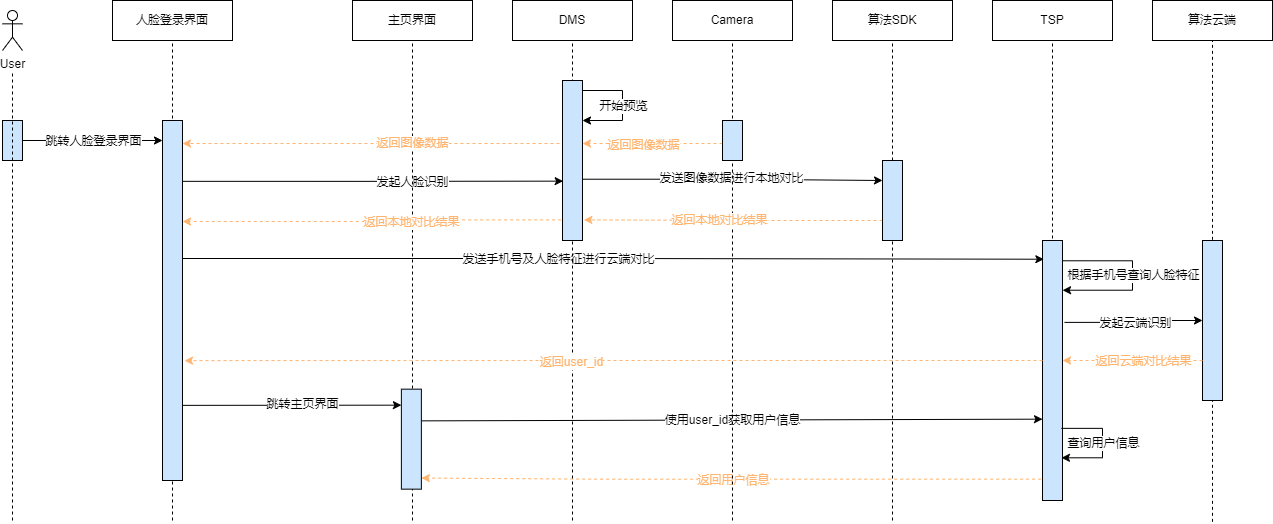
This is x9hp/人脸录入时序图.png from notigit/Image, a draw.io export, as it was before one commit. Source tidied: cells renumbered, new cells last; positions are measured from the earlier drawing's top-left corner, leaving out a move shared by most shapes. The source it was exported from:
```xml
<mxGraphModel>
  <root>
    <mxCell id="0" />
    <mxCell id="1" parent="0" />
    <mxCell id="2" value="人脸登录界面" style="rounded=0;whiteSpace=wrap;html=1;" parent="1" vertex="1">
      <mxGeometry x="110" width="120" height="40" as="geometry" />
    </mxCell>
    <mxCell id="3" value="TSP" style="rounded=0;whiteSpace=wrap;html=1;" parent="1" vertex="1">
      <mxGeometry x="990" width="120" height="40" as="geometry" />
    </mxCell>
    <mxCell id="4" value="User" style="shape=umlActor;verticalLabelPosition=bottom;verticalAlign=top;html=1;" parent="1" vertex="1">
      <mxGeometry y="10" width="20" height="40" as="geometry" />
    </mxCell>
    <mxCell id="5" style="rounded=0;whiteSpace=wrap;html=1;fillColor=#CCE5FF;" parent="1" vertex="1">
      <mxGeometry y="120" width="20" height="40" as="geometry" />
    </mxCell>
    <mxCell id="6" style="endArrow=none;dashed=1;html=1;rounded=0;" parent="1" edge="1">
      <mxGeometry relative="1" as="geometry">
        <mxPoint x="10" y="520" as="sourcePoint" />
        <mxPoint x="10" y="70" as="targetPoint" />
      </mxGeometry>
    </mxCell>
    <mxCell id="7" style="endArrow=none;dashed=1;html=1;rounded=0;startArrow=none;entryX=0.5;entryY=1;entryDx=0;entryDy=0;" parent="1" edge="1" target="2">
      <mxGeometry relative="1" as="geometry">
        <mxPoint x="170" y="520" as="sourcePoint" />
      </mxGeometry>
    </mxCell>
    <mxCell id="8" style="edgeStyle=orthogonalEdgeStyle;rounded=0;jettySize=auto;html=1;entryX=0.033;entryY=0.629;entryDx=0;entryDy=0;entryPerimeter=0;fontColor=#FFB570;strokeColor=#000000;exitX=1.033;exitY=0.169;exitDx=0;exitDy=0;exitPerimeter=0;" parent="1" edge="1" source="12" target="37">
      <mxGeometry relative="1" as="geometry" />
    </mxCell>
    <mxCell id="9" value="发起人脸识别" style="edgeLabel;html=1;align=center;verticalAlign=middle;fontColor=#000000;" parent="8" vertex="1">
      <mxGeometry x="-0.09" relative="1" as="geometry">
        <mxPoint x="56" as="offset" />
      </mxGeometry>
    </mxCell>
    <mxCell id="10" style="edgeStyle=orthogonalEdgeStyle;rounded=0;jettySize=auto;html=1;entryX=0.067;entryY=0.072;entryDx=0;entryDy=0;fontColor=#000000;strokeColor=#000000;entryPerimeter=0;" parent="1" edge="1" target="16">
      <mxGeometry relative="1" as="geometry">
        <mxPoint x="180" y="258" as="sourcePoint" />
      </mxGeometry>
    </mxCell>
    <mxCell id="11" value="发送手机号及人脸特征进行云端对比" style="edgeLabel;html=1;align=center;verticalAlign=middle;fontColor=#000000;" parent="10" vertex="1">
      <mxGeometry x="-0.13" relative="1" as="geometry" />
    </mxCell>
    <mxCell id="12" style="rounded=0;whiteSpace=wrap;html=1;fillColor=#CCE5FF;" parent="1" vertex="1">
      <mxGeometry x="160" y="120" width="20" height="360" as="geometry" />
    </mxCell>
    <mxCell id="13" style="endArrow=none;dashed=1;html=1;rounded=0;startArrow=none;entryX=0.5;entryY=1;entryDx=0;entryDy=0;" parent="1" edge="1" target="3">
      <mxGeometry relative="1" as="geometry">
        <mxPoint x="1050" y="400" as="sourcePoint" />
      </mxGeometry>
    </mxCell>
    <mxCell id="14" style="edgeStyle=orthogonalEdgeStyle;rounded=0;jettySize=auto;html=1;exitX=1.1;exitY=0.315;exitDx=0;exitDy=0;entryX=0;entryY=0.5;entryDx=0;entryDy=0;fontColor=#000000;strokeColor=#000000;exitPerimeter=0;" parent="1" edge="1" source="16" target="55">
      <mxGeometry relative="1" as="geometry" />
    </mxCell>
    <mxCell id="15" value="发起云端识别" style="edgeLabel;html=1;align=center;verticalAlign=middle;fontColor=#000000;" parent="14" vertex="1">
      <mxGeometry x="-0.29" y="3" relative="1" as="geometry">
        <mxPoint x="20" y="3" as="offset" />
      </mxGeometry>
    </mxCell>
    <mxCell id="16" style="rounded=0;whiteSpace=wrap;html=1;fillColor=#CCE5FF;" parent="1" vertex="1">
      <mxGeometry x="1040" y="240" width="20" height="260" as="geometry" />
    </mxCell>
    <mxCell id="17" style="endArrow=classic;html=1;rounded=0;exitX=1;exitY=0.5;exitDx=0;exitDy=0;" parent="1" edge="1" source="5">
      <mxGeometry relative="1" as="geometry">
        <mxPoint x="160" y="140" as="targetPoint" />
      </mxGeometry>
    </mxCell>
    <mxCell id="18" style="edgeLabel;html=1;align=center;verticalAlign=middle;fillColor=#CCE5FF;fontSize=2;" parent="17" vertex="1">
      <mxGeometry relative="1" as="geometry">
        <mxPoint x="20" as="offset" />
      </mxGeometry>
    </mxCell>
    <mxCell id="19" value="跳转人脸登录界面" style="edgeLabel;html=1;align=center;verticalAlign=middle;fontSize=6;" parent="17" vertex="1">
      <mxGeometry x="-0.15" relative="1" as="geometry">
        <mxPoint x="10" as="offset" />
      </mxGeometry>
    </mxCell>
    <mxCell id="20" style="endArrow=classic;html=1;rounded=0;fontSize=11;fontColor=#FFB570;strokeColor=#000000;fillColor=#FFF2CC;exitX=1;exitY=0.25;exitDx=0;exitDy=0;entryX=0;entryY=0.125;entryDx=0;entryDy=0;entryPerimeter=0;" parent="1" edge="1">
      <mxGeometry relative="1" as="geometry">
        <mxPoint x="418.9" y="420.4" as="sourcePoint" />
        <mxPoint x="1040" y="418.7" as="targetPoint" />
      </mxGeometry>
    </mxCell>
    <mxCell id="21" value="使用user_id获取用户信息" style="edgeLabel;html=1;align=center;verticalAlign=middle;fontSize=11;fontColor=#000000;fillColor=#FFB570;" parent="20" vertex="1">
      <mxGeometry relative="1" as="geometry" />
    </mxCell>
    <mxCell id="22" style="endArrow=classic;html=1;rounded=0;fontSize=11;fontColor=#000000;strokeColor=#000000;fillColor=#FFF2CC;edgeStyle=orthogonalEdgeStyle;entryX=1.004;entryY=0.618;entryDx=0;entryDy=0;exitX=1;exitY=0.25;exitDx=0;exitDy=0;entryPerimeter=0;" parent="1" edge="1">
      <mxGeometry relative="1" as="geometry">
        <mxPoint x="1058.9" y="427.9" as="sourcePoint" />
        <mxPoint x="1059" y="457.3" as="targetPoint" />
        <Array as="points">
          <mxPoint x="1100" y="427.7" />
          <mxPoint x="1100" y="457.7" />
        </Array>
      </mxGeometry>
    </mxCell>
    <mxCell id="23" value="查询用户信息" style="edgeLabel;html=1;align=center;verticalAlign=middle;fontSize=11;fontColor=#000000;fillColor=#FFB570;" parent="22" vertex="1">
      <mxGeometry relative="1" as="geometry" />
    </mxCell>
    <mxCell id="24" style="edgeStyle=orthogonalEdgeStyle;rounded=0;orthogonalLoop=1;jettySize=auto;html=1;exitX=-0.067;exitY=0.875;exitDx=0;exitDy=0;fontSize=11;dashed=1;fillColor=#FFF2CC;strokeColor=#FFB570;exitPerimeter=0;" parent="1" edge="1">
      <mxGeometry relative="1" as="geometry">
        <mxPoint x="1038.7" y="478.7" as="sourcePoint" />
        <mxPoint x="418.9" y="477.5" as="targetPoint" />
        <Array as="points">
          <mxPoint x="599" y="477.7" />
        </Array>
      </mxGeometry>
    </mxCell>
    <mxCell id="25" value="返回用户信息" style="edgeLabel;html=1;align=center;verticalAlign=middle;fontSize=11;fillColor=#FFB570;fontColor=#FFB570;" parent="24" vertex="1">
      <mxGeometry x="-0.16" y="1" relative="1" as="geometry">
        <mxPoint x="-48" as="offset" />
      </mxGeometry>
    </mxCell>
    <mxCell id="26" value="主页界面" style="rounded=0;whiteSpace=wrap;html=1;" parent="1" vertex="1">
      <mxGeometry x="350" width="120" height="40" as="geometry" />
    </mxCell>
    <mxCell id="27" style="endArrow=none;dashed=1;html=1;rounded=0;startArrow=none;entryX=0.5;entryY=1;entryDx=0;entryDy=0;" parent="1" edge="1" target="26">
      <mxGeometry relative="1" as="geometry">
        <mxPoint x="410" y="520" as="sourcePoint" />
      </mxGeometry>
    </mxCell>
    <mxCell id="28" style="rounded=0;whiteSpace=wrap;html=1;fillColor=#CCE5FF;" parent="1" vertex="1">
      <mxGeometry x="398.9" y="388.7" width="20" height="100" as="geometry" />
    </mxCell>
    <mxCell id="29" style="endArrow=classic;html=1;rounded=0;fontSize=11;fontColor=#000000;strokeColor=#000000;fillColor=#FFF2CC;exitX=1.056;exitY=0.554;exitDx=0;exitDy=0;exitPerimeter=0;" parent="1" edge="1">
      <mxGeometry relative="1" as="geometry">
        <mxPoint x="180" y="404.9" as="sourcePoint" />
        <mxPoint x="398.9" y="404.7" as="targetPoint" />
      </mxGeometry>
    </mxCell>
    <mxCell id="30" value="跳转主页界面" style="edgeLabel;html=1;align=center;verticalAlign=middle;fontSize=11;fontColor=#000000;fillColor=#FFB570;" parent="29" vertex="1">
      <mxGeometry relative="1" as="geometry">
        <mxPoint x="9" y="-1" as="offset" />
      </mxGeometry>
    </mxCell>
    <mxCell id="31" value="DMS" style="rounded=0;whiteSpace=wrap;html=1;" parent="1" vertex="1">
      <mxGeometry x="510" width="120" height="40" as="geometry" />
    </mxCell>
    <mxCell id="32" style="endArrow=none;dashed=1;html=1;rounded=0;startArrow=none;entryX=0.5;entryY=1;entryDx=0;entryDy=0;" parent="1" edge="1" target="31">
      <mxGeometry relative="1" as="geometry">
        <mxPoint x="570" y="520" as="sourcePoint" />
      </mxGeometry>
    </mxCell>
    <mxCell id="33" style="edgeStyle=orthogonalEdgeStyle;rounded=0;jettySize=auto;html=1;exitX=0;exitY=0.75;exitDx=0;exitDy=0;dashed=1;fontColor=#FFB570;strokeColor=#FFB570;" parent="1" edge="1" source="37">
      <mxGeometry relative="1" as="geometry">
        <mxPoint x="180" y="143" as="targetPoint" />
        <Array as="points">
          <mxPoint x="180" y="143" />
        </Array>
      </mxGeometry>
    </mxCell>
    <mxCell id="34" value="返回图像数据" style="edgeLabel;html=1;align=center;verticalAlign=middle;fontColor=#FFB570;" parent="33" vertex="1">
      <mxGeometry x="-0.06" y="-1" relative="1" as="geometry">
        <mxPoint x="-2" as="offset" />
      </mxGeometry>
    </mxCell>
    <mxCell id="35" style="edgeStyle=orthogonalEdgeStyle;rounded=0;jettySize=auto;html=1;exitX=0.967;exitY=0.617;exitDx=0;exitDy=0;fontColor=#FFB570;strokeColor=#000000;entryX=0;entryY=0.25;entryDx=0;entryDy=0;exitPerimeter=0;" parent="1" edge="1" source="37" target="51">
      <mxGeometry relative="1" as="geometry" />
    </mxCell>
    <mxCell id="36" value="发送图像数据进行本地对比" style="edgeLabel;html=1;align=center;verticalAlign=middle;fontColor=#000000;" parent="35" vertex="1">
      <mxGeometry x="-0.14" y="1" relative="1" as="geometry">
        <mxPoint x="19" as="offset" />
      </mxGeometry>
    </mxCell>
    <mxCell id="37" style="rounded=0;whiteSpace=wrap;html=1;fillColor=#CCE5FF;" parent="1" vertex="1">
      <mxGeometry x="560" y="80" width="20" height="160" as="geometry" />
    </mxCell>
    <mxCell id="38" value="Camera" style="rounded=0;whiteSpace=wrap;html=1;" parent="1" vertex="1">
      <mxGeometry x="670" width="120" height="40" as="geometry" />
    </mxCell>
    <mxCell id="39" style="endArrow=none;dashed=1;html=1;rounded=0;startArrow=none;entryX=0.5;entryY=1;entryDx=0;entryDy=0;" parent="1" edge="1" target="38">
      <mxGeometry relative="1" as="geometry">
        <mxPoint x="730" y="520" as="sourcePoint" />
      </mxGeometry>
    </mxCell>
    <mxCell id="40" style="edgeStyle=orthogonalEdgeStyle;rounded=0;orthogonalLoop=1;jettySize=auto;html=1;dashed=1;strokeColor=#FFB570;" parent="1" edge="1">
      <mxGeometry relative="1" as="geometry">
        <mxPoint x="720" y="143" as="sourcePoint" />
        <mxPoint x="580" y="143" as="targetPoint" />
        <Array as="points">
          <mxPoint x="640" y="143" />
          <mxPoint x="640" y="143" />
        </Array>
      </mxGeometry>
    </mxCell>
    <mxCell id="41" value="返回图像数据" style="edgeLabel;html=1;align=center;verticalAlign=middle;fontColor=#FFB570;" parent="40" vertex="1">
      <mxGeometry x="0.14" y="1" relative="1" as="geometry" />
    </mxCell>
    <mxCell id="42" style="rounded=0;whiteSpace=wrap;html=1;fillColor=#CCE5FF;" parent="1" vertex="1">
      <mxGeometry x="720" y="120" width="20" height="40" as="geometry" />
    </mxCell>
    <mxCell id="43" style="endArrow=classic;html=1;rounded=0;fontSize=11;edgeStyle=orthogonalEdgeStyle;" parent="1" edge="1">
      <mxGeometry relative="1" as="geometry">
        <mxPoint x="580" y="90" as="sourcePoint" />
        <mxPoint x="580" y="120" as="targetPoint" />
        <Array as="points">
          <mxPoint x="620" y="90" />
          <mxPoint x="620" y="120" />
        </Array>
      </mxGeometry>
    </mxCell>
    <mxCell id="44" value="开始预览" style="edgeLabel;html=1;align=center;verticalAlign=middle;fontSize=11;fillColor=#CCE5FF;" parent="43" vertex="1">
      <mxGeometry relative="1" as="geometry" />
    </mxCell>
    <mxCell id="45" value="算法SDK" style="rounded=0;whiteSpace=wrap;html=1;" parent="1" vertex="1">
      <mxGeometry x="830" width="120" height="40" as="geometry" />
    </mxCell>
    <mxCell id="46" style="endArrow=none;dashed=1;html=1;rounded=0;startArrow=none;entryX=0.5;entryY=1;entryDx=0;entryDy=0;" parent="1" edge="1" source="51" target="45">
      <mxGeometry relative="1" as="geometry" />
    </mxCell>
    <mxCell id="47" value="算法云端" style="rounded=0;whiteSpace=wrap;html=1;" parent="1" vertex="1">
      <mxGeometry x="1150" width="120" height="40" as="geometry" />
    </mxCell>
    <mxCell id="48" style="endArrow=none;dashed=1;html=1;rounded=0;startArrow=none;entryX=0.5;entryY=1;entryDx=0;entryDy=0;" parent="1" edge="1" target="47">
      <mxGeometry relative="1" as="geometry">
        <mxPoint x="1210" y="521.3" as="sourcePoint" />
      </mxGeometry>
    </mxCell>
    <mxCell id="49" style="edgeStyle=orthogonalEdgeStyle;rounded=0;jettySize=auto;html=1;exitX=0;exitY=0.75;exitDx=0;exitDy=0;entryX=1.067;entryY=0.871;entryDx=0;entryDy=0;entryPerimeter=0;fontColor=#000000;strokeColor=#FFB570;dashed=1;" parent="1" edge="1" source="51" target="37">
      <mxGeometry relative="1" as="geometry" />
    </mxCell>
    <mxCell id="50" value="返回本地对比结果" style="edgeLabel;html=1;align=center;verticalAlign=middle;fontColor=#FFB570;" parent="49" vertex="1">
      <mxGeometry x="0.1" relative="1" as="geometry" />
    </mxCell>
    <mxCell id="51" style="rounded=0;whiteSpace=wrap;html=1;fillColor=#CCE5FF;" parent="1" vertex="1">
      <mxGeometry x="880" y="160" width="20" height="80" as="geometry" />
    </mxCell>
    <mxCell id="52" style="endArrow=none;dashed=1;html=1;rounded=0;startArrow=none;entryX=0.5;entryY=1;entryDx=0;entryDy=0;" parent="1" edge="1" target="51">
      <mxGeometry relative="1" as="geometry">
        <mxPoint x="890" y="520" as="sourcePoint" />
      </mxGeometry>
    </mxCell>
    <mxCell id="53" style="edgeStyle=orthogonalEdgeStyle;rounded=0;jettySize=auto;html=1;exitX=-0.067;exitY=0.871;exitDx=0;exitDy=0;fontColor=#000000;strokeColor=#FFB570;dashed=1;exitPerimeter=0;" parent="1" edge="1" source="37">
      <mxGeometry relative="1" as="geometry">
        <mxPoint x="180" y="221" as="targetPoint" />
      </mxGeometry>
    </mxCell>
    <mxCell id="54" value="返回本地对比结果" style="edgeLabel;html=1;align=center;verticalAlign=middle;fontColor=#FFB570;" parent="53" vertex="1">
      <mxGeometry x="0.1" relative="1" as="geometry">
        <mxPoint x="57" as="offset" />
      </mxGeometry>
    </mxCell>
    <mxCell id="55" style="rounded=0;whiteSpace=wrap;html=1;fillColor=#CCE5FF;" parent="1" vertex="1">
      <mxGeometry x="1200" y="240" width="20" height="160" as="geometry" />
    </mxCell>
    <mxCell id="56" style="endArrow=none;dashed=1;html=1;rounded=0;startArrow=none;entryX=0.5;entryY=1;entryDx=0;entryDy=0;" parent="1" edge="1" target="55">
      <mxGeometry relative="1" as="geometry">
        <mxPoint x="1210" y="400" as="sourcePoint" />
      </mxGeometry>
    </mxCell>
    <mxCell id="57" style="endArrow=classic;html=1;rounded=0;fontSize=11;fontColor=#000000;strokeColor=#000000;fillColor=#FFF2CC;edgeStyle=orthogonalEdgeStyle;entryX=1.004;entryY=0.618;entryDx=0;entryDy=0;exitX=1;exitY=0.25;exitDx=0;exitDy=0;entryPerimeter=0;" parent="1" edge="1">
      <mxGeometry relative="1" as="geometry">
        <mxPoint x="1060" y="260.3" as="sourcePoint" />
        <mxPoint x="1060.1" y="289.7" as="targetPoint" />
        <Array as="points">
          <mxPoint x="1130" y="260" />
          <mxPoint x="1130" y="290" />
        </Array>
      </mxGeometry>
    </mxCell>
    <mxCell id="58" value="根据手机号查询人脸特征" style="edgeLabel;html=1;align=center;verticalAlign=middle;fontSize=11;fontColor=#000000;fillColor=#FFB570;" parent="57" vertex="1">
      <mxGeometry relative="1" as="geometry" />
    </mxCell>
    <mxCell id="59" style="edgeStyle=orthogonalEdgeStyle;rounded=0;jettySize=auto;html=1;exitX=0;exitY=0.75;exitDx=0;exitDy=0;fontColor=#000000;strokeColor=#FFB570;dashed=1;" parent="1" edge="1" source="55">
      <mxGeometry relative="1" as="geometry">
        <mxPoint x="1060" y="360" as="targetPoint" />
      </mxGeometry>
    </mxCell>
    <mxCell id="60" value="返回云端对比结果" style="edgeLabel;html=1;align=center;verticalAlign=middle;fontColor=#FFB570;" parent="59" vertex="1">
      <mxGeometry x="0.1" relative="1" as="geometry">
        <mxPoint x="17" as="offset" />
      </mxGeometry>
    </mxCell>
    <mxCell id="61" style="edgeStyle=orthogonalEdgeStyle;rounded=0;jettySize=auto;html=1;fontSize=11;dashed=1;fillColor=#FFF2CC;strokeColor=#FFB570;entryX=1.1;entryY=0.667;entryDx=0;entryDy=0;entryPerimeter=0;" parent="1" edge="1" target="12">
      <mxGeometry relative="1" as="geometry">
        <mxPoint x="1040" y="360" as="sourcePoint" />
      </mxGeometry>
    </mxCell>
    <mxCell id="62" value="返回user_id" style="edgeLabel;html=1;align=center;verticalAlign=middle;fontSize=11;fillColor=#FFB570;fontColor=#FFB570;" parent="61" vertex="1">
      <mxGeometry x="-0.16" y="1" relative="1" as="geometry">
        <mxPoint x="-110" as="offset" />
      </mxGeometry>
    </mxCell>
  </root>
</mxGraphModel>
```
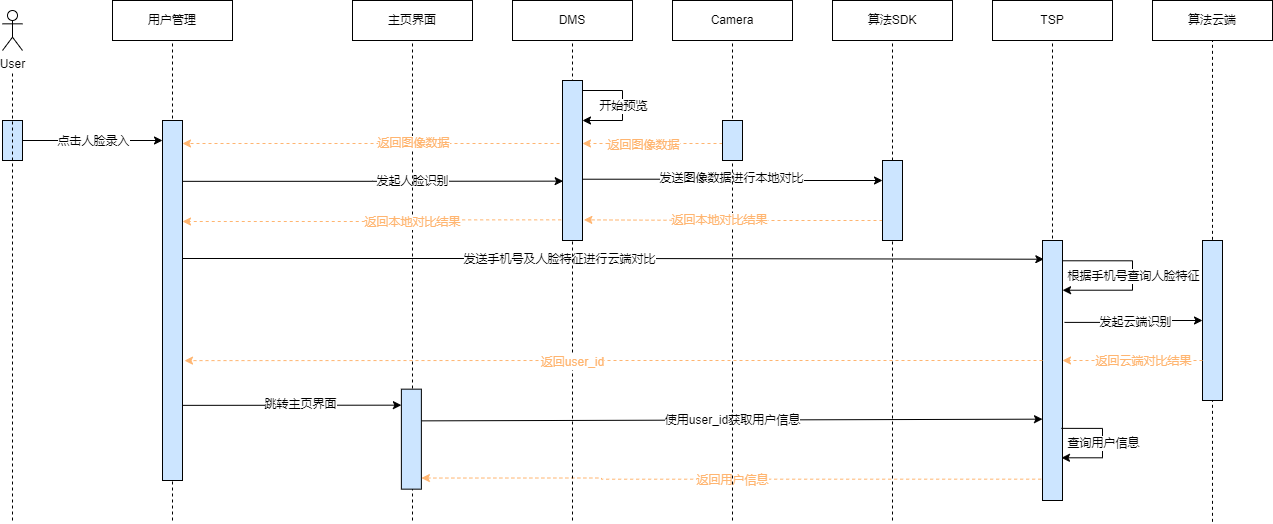
The same diagram one commit later.

Commit message:
更新人脸录入时序图.png

Change to the diagram source:
```diff
@@ -2,7 +2,7 @@
   <root>
     <mxCell id="0" />
     <mxCell id="1" parent="0" />
-    <mxCell id="2" value="人脸登录界面" style="rounded=0;whiteSpace=wrap;html=1;" parent="1" vertex="1">
+    <mxCell id="2" value="用户管理" style="rounded=0;whiteSpace=wrap;html=1;" parent="1" vertex="1">
       <mxGeometry x="110" width="120" height="40" as="geometry" />
     </mxCell>
     <mxCell id="3" value="TSP" style="rounded=0;whiteSpace=wrap;html=1;" parent="1" vertex="1">
@@ -70,7 +70,7 @@
         <mxPoint x="20" as="offset" />
       </mxGeometry>
     </mxCell>
-    <mxCell id="19" value="跳转人脸登录界面" style="edgeLabel;html=1;align=center;verticalAlign=middle;fontSize=6;" parent="17" vertex="1">
+    <mxCell id="19" value="点击人脸录入" style="edgeLabel;html=1;align=center;verticalAlign=middle;fontSize=6;" parent="17" vertex="1">
       <mxGeometry x="-0.15" relative="1" as="geometry">
         <mxPoint x="10" as="offset" />
       </mxGeometry>
```
